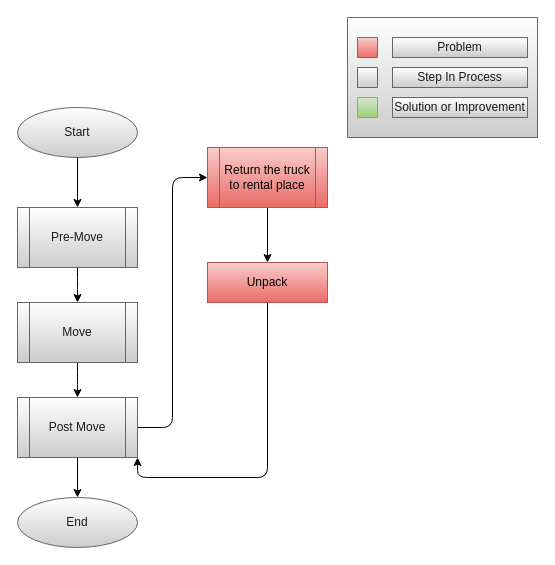
The draw.io diagram page "Post Move" (4 of 4) of Documents/flow_diagrams/Problem_Flow.drawio in LP-76/load.in, before the edit. Source tidied: cells renumbered, new cells numbered last; positions are measured from the earlier drawing's top-left corner, leaving out a move shared by most shapes. Both pictures are drawn from the tidied source at 100%, with x=0, y=0 at pixel (17, 17).
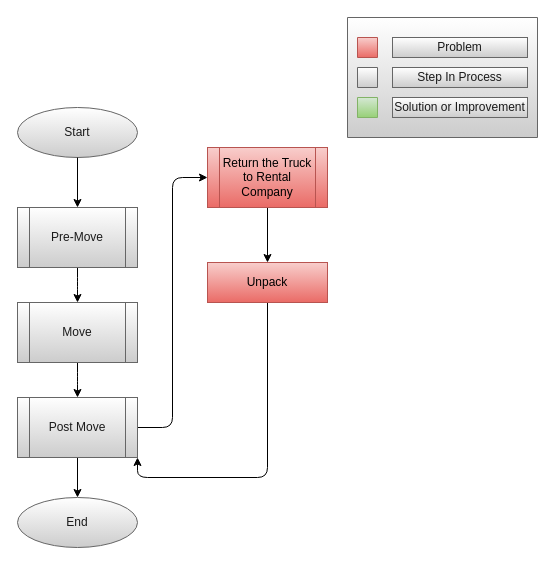
The same page after the edit.

Change to the diagram source:
```diff
@@
-    <mxCell id="3" value="Return the truck to rental place" style="shape=process;whiteSpace=wrap;html=1;backgroundOutline=1;strokeColor=#b85450;fillColor=#f8cecc;gradientColor=#ea6b66;" parent="1" vertex="1">
+    <mxCell id="3" value="Return the Truck to Rental Company" style="shape=process;whiteSpace=wrap;html=1;backgroundOutline=1;strokeColor=#b85450;fillColor=#f8cecc;gradientColor=#ea6b66;" parent="1" vertex="1">
       <mxGeometry x="190" y="130" width="120" height="60" as="geometry" />
     </mxCell>
```
